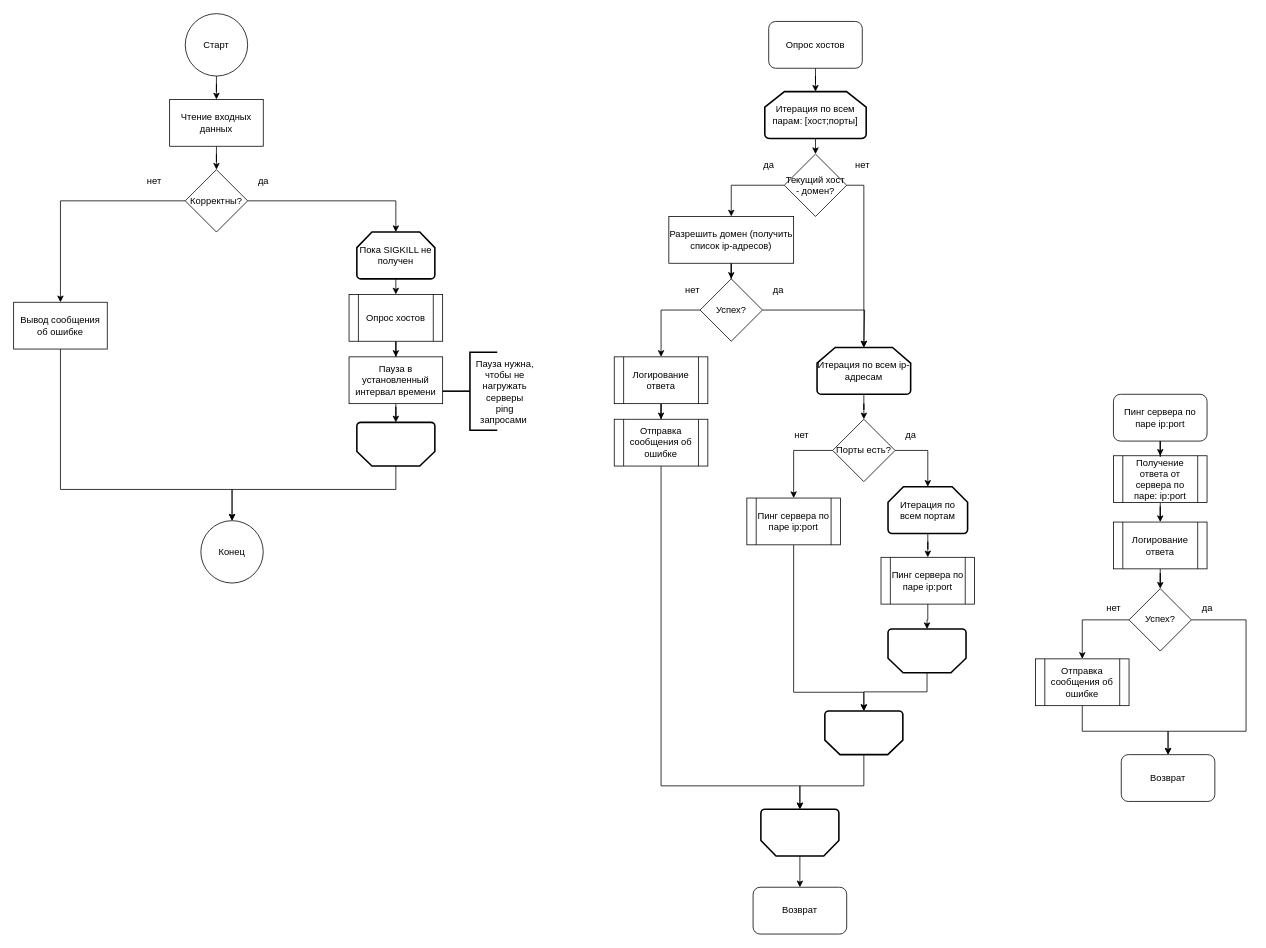
MatweyL/hosts_checker keeps this draw.io diagram as app_schema.drawio. Above is the earlier version. Source tidied: cells renumbered, new cells numbered last; positions are measured from the earlier drawing's top-left corner, leaving out a move shared by most shapes. Both pictures are drawn from the tidied source at 78%, with x=0, y=0 at pixel (13, 13).
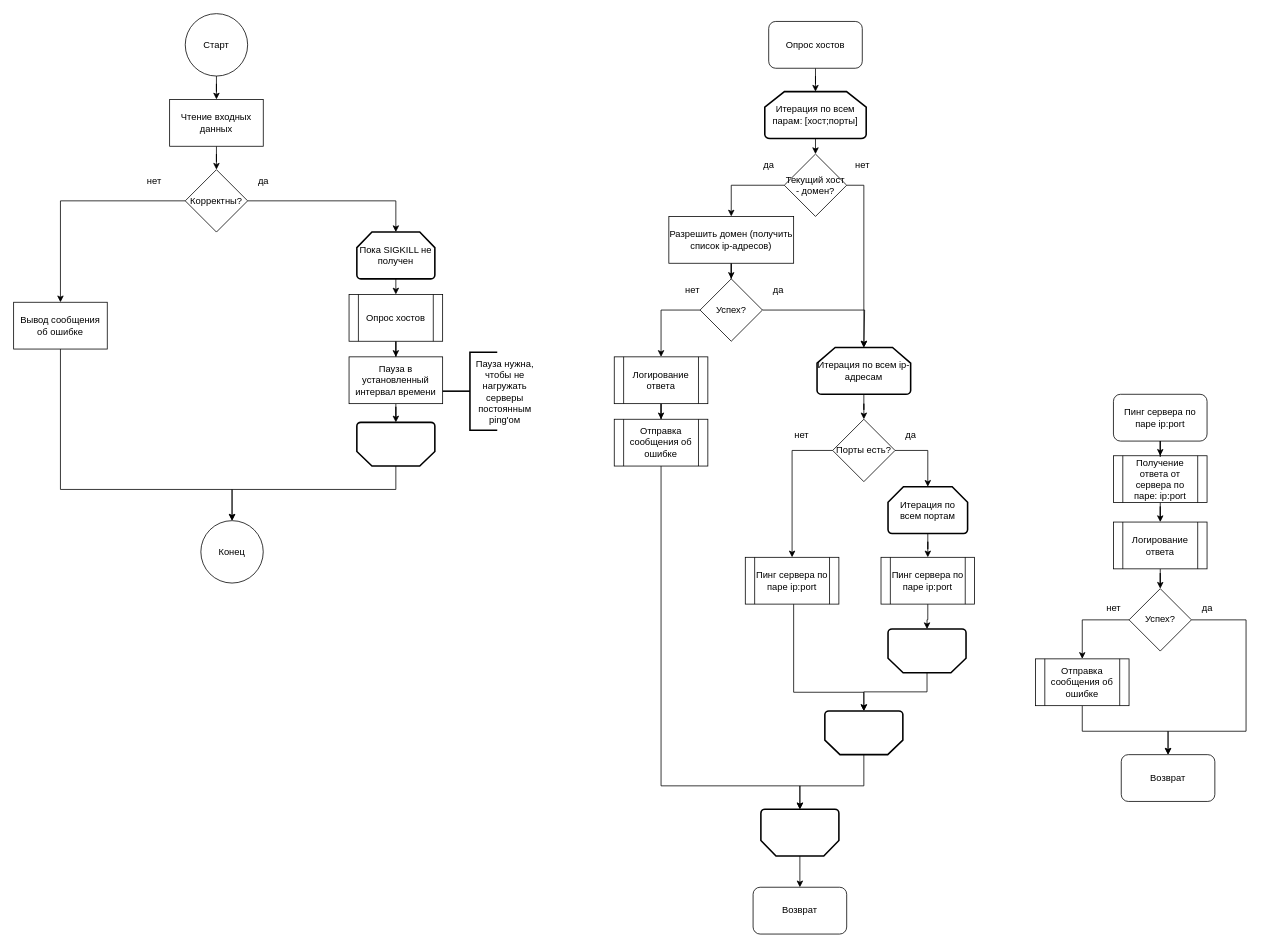
After the change.

The change refers to these unchanged cells:
```xml
<mxCell id="55" value="Порты есть?" style="rhombus;whiteSpace=wrap;html=1;" parent="1" vertex="1">
  <mxGeometry x="1050" y="520" width="80" height="80" as="geometry" />
</mxCell>
```

What changed in the source:
```diff
@@
-    <mxCell id="29" value="Пауза нужна, чтобы не нагружать серверы&lt;br&gt;ping запросами&amp;nbsp;" style="text;html=1;strokeColor=none;fillColor=none;align=center;verticalAlign=middle;whiteSpace=wrap;rounded=0;" parent="1" vertex="1">
+    <mxCell id="29" value="Пауза нужна, чтобы не нагружать серверы постоянным&lt;br&gt;ping'ом" style="text;html=1;strokeColor=none;fillColor=none;align=center;verticalAlign=middle;whiteSpace=wrap;rounded=0;" parent="1" vertex="1">
       <mxGeometry x="590" y="470" width="80" height="30" as="geometry" />
     </mxCell>
@@
     <mxCell id="54" style="edgeStyle=orthogonalEdgeStyle;rounded=0;jettySize=auto;html=1;entryX=0.5;entryY=0;entryDx=0;entryDy=0;" parent="1" edge="1" source="55" target="59">
       <mxGeometry relative="1" as="geometry">
         <Array as="points">
-          <mxPoint x="1000" y="560" />
+          <mxPoint x="998" y="560" />
         </Array>
       </mxGeometry>
     </mxCell>
@@
     <mxCell id="59" value="Пинг сервера по паре ip:port" style="shape=process;whiteSpace=wrap;html=1;backgroundOutline=1;" parent="1" vertex="1">
-      <mxGeometry x="940" y="621" width="120" height="60" as="geometry" />
+      <mxGeometry x="938" y="697" width="120" height="60" as="geometry" />
     </mxCell>
```
